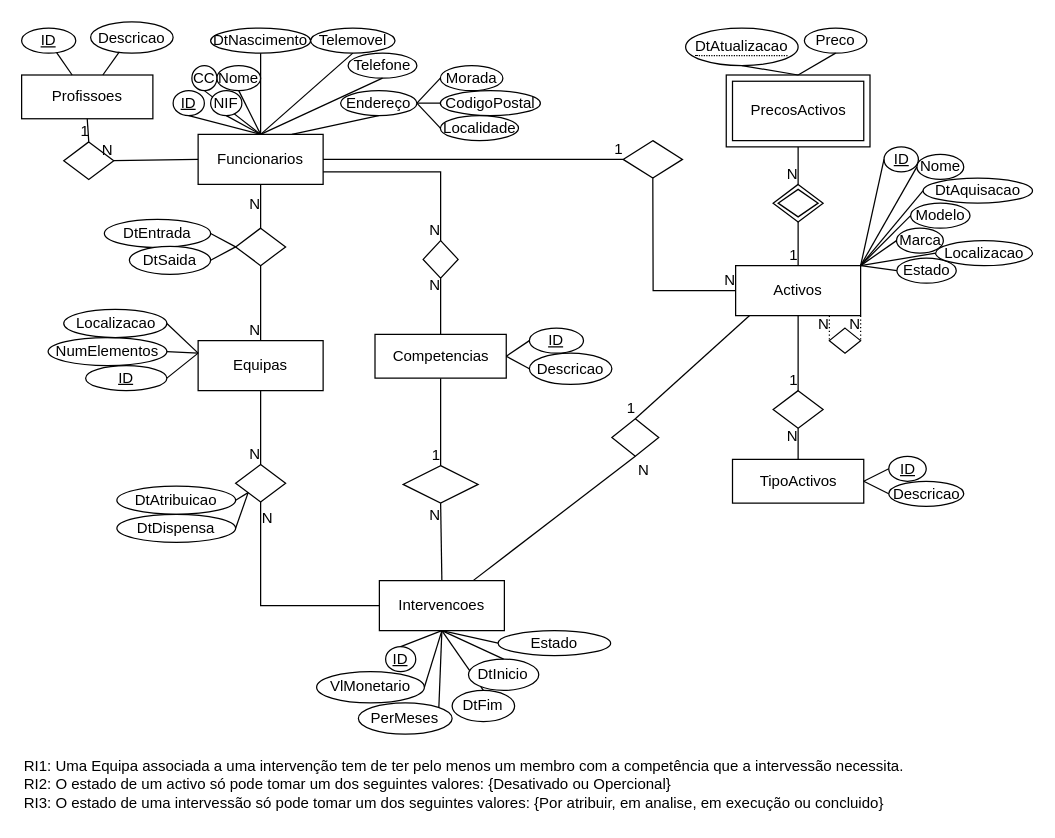
JLuzioS/SI2A keeps this draw.io diagram as Diagrama.drawio. Above is the earlier version. Source tidied: cells renumbered, new cells numbered last; positions are measured from the earlier drawing's top-left corner, leaving out a move shared by most shapes. Both pictures are drawn from the tidied source at 125%, with x=0, y=0 at pixel (21, 21).
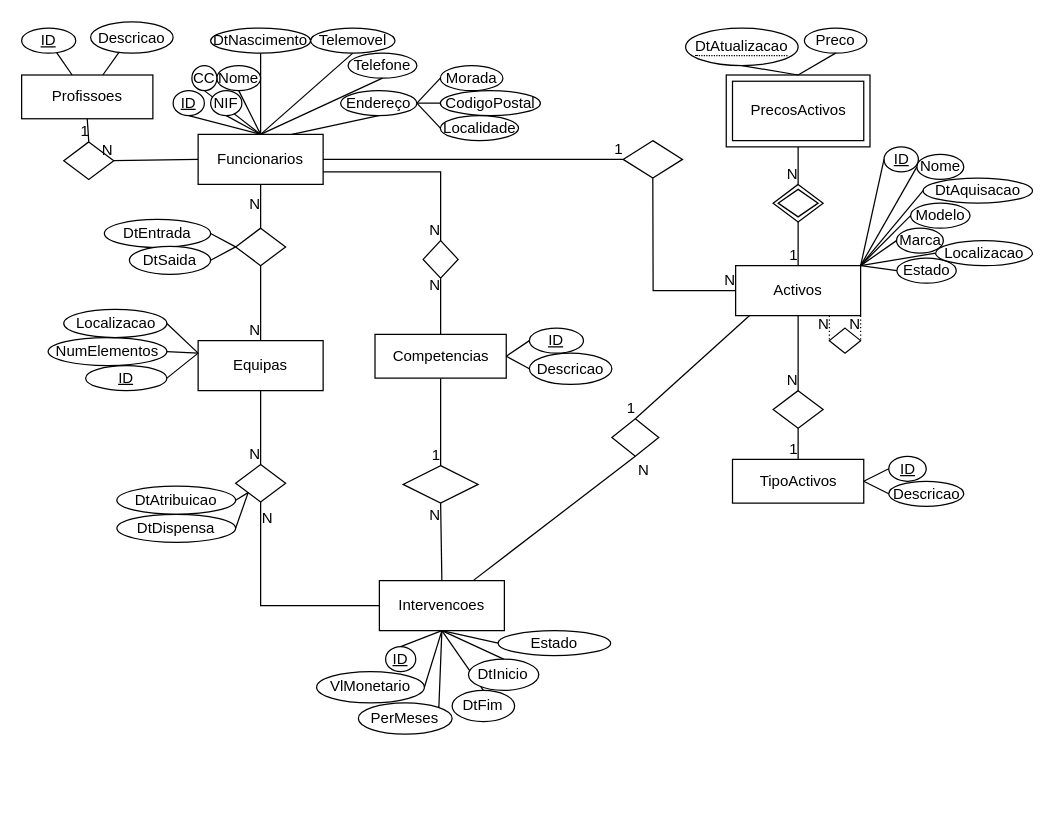
The same diagram, later.

Commit message:
fix: TipoActivos and Activos with wrong type of relation

Unchanged cells that the change refers to:
```xml
<mxCell id="6" value="Activos" style="whiteSpace=wrap;html=1;align=center;" parent="1" vertex="1">
  <mxGeometry x="571" y="195" width="100" height="40" as="geometry" />
</mxCell>
<mxCell id="110" value="TipoActivos" style="whiteSpace=wrap;html=1;align=center;" parent="1" vertex="1">
  <mxGeometry x="568.5" y="350" width="105" height="35" as="geometry" />
</mxCell>
<mxCell id="115" style="shape=rhombus;perimeter=rhombusPerimeter;whiteSpace=wrap;html=1;align=center;" parent="1" vertex="1">
  <mxGeometry x="601" y="295" width="40" height="30" as="geometry" />
</mxCell>
```

The edit, as a diff of the source:
```diff
@@
-    <mxCell id="116" style="endArrow=none;html=1;rounded=0;exitX=0.5;exitY=1;exitDx=0;exitDy=0;entryX=0.5;entryY=0;entryDx=0;entryDy=0;" parent="1" edge="1" source="6" target="115">
+    <mxCell id="116" style="endArrow=none;html=1;rounded=0;entryX=0.5;entryY=0;entryDx=0;entryDy=0;exitX=0.5;exitY=1;exitDx=0;exitDy=0;" parent="1" edge="1" source="115" target="110">
       <mxGeometry relative="1" as="geometry" />
     </mxCell>
@@
-    <mxCell id="118" style="endArrow=none;html=1;rounded=0;entryX=0.5;entryY=1;entryDx=0;entryDy=0;exitX=0.5;exitY=0;exitDx=0;exitDy=0;" parent="1" edge="1" source="110" target="115">
+    <mxCell id="118" style="endArrow=none;html=1;rounded=0;exitX=0.5;exitY=0;exitDx=0;exitDy=0;entryX=0.5;entryY=1;entryDx=0;entryDy=0;" parent="1" edge="1" source="115" target="6">
       <mxGeometry relative="1" as="geometry" />
     </mxCell>
     <mxCell id="119" value="N" style="html=1;align=right;verticalAlign=bottom;" parent="118" vertex="1">
       <mxGeometry x="1" relative="1" as="geometry">
-        <mxPoint y="15" as="offset" />
+        <mxPoint y="60" as="offset" />
       </mxGeometry>
     </mxCell>
@@
-    <mxCell id="121" value="RI1: Uma Equipa associada a uma intervenção tem de ter pelo menos um membro com a competência que a intervessão necessita.&lt;br&gt;RI2: O estado de um activo só pode tomar um dos seguintes valores: {Desativado ou Opercional}&lt;br&gt;RI3: O estado de uma intervessão só pode tomar um dos seguintes valores: {Por atribuir, em analise, em execução ou concluido}&lt;br&gt;" style="text;html=1;align=left;verticalAlign=middle;strokeColor=none;fillColor=none;" parent="1" vertex="1">
-      <mxGeometry x="-0.3" y="585" width="720" height="50" as="geometry" />
-    </mxCell>
```
